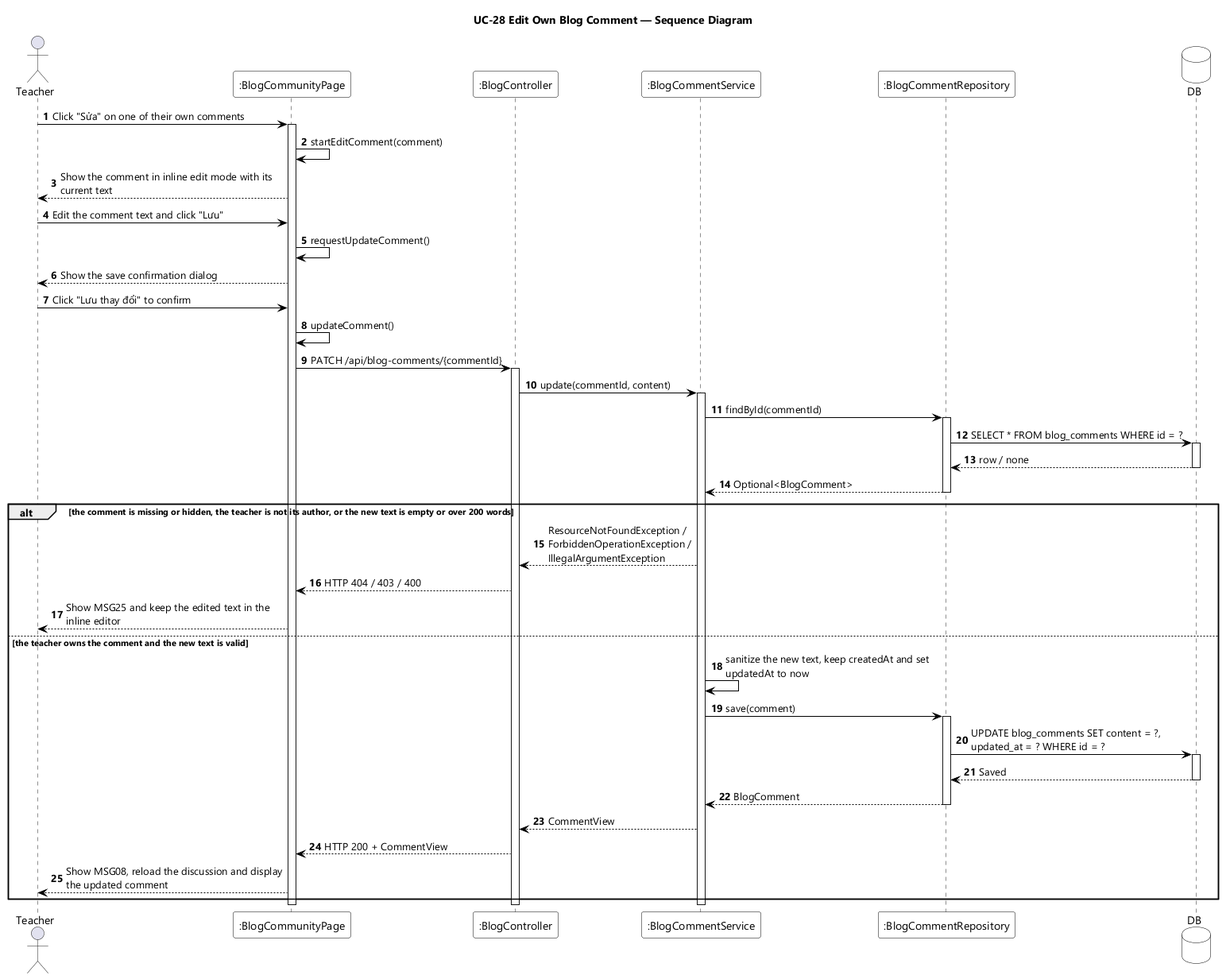
Earlier version of the PlantUML export designs/sds-diagrams/uc28/uc28-sequence-diagram.png (EduA-system/EduA-system). The source it was exported from:
```plantuml
@startuml UC-28 Edit Own Blog Comment - Sequence Diagram
skinparamlocked dpi 96
skinparam defaultFontName "Segoe UI"
skinparam shadowing false
skinparam ParticipantBackgroundColor #FFFFFF
skinparam ParticipantBorderColor #000000
skinparam DatabaseBackgroundColor #FFFFFF
skinparam DatabaseBorderColor #000000
skinparam ArrowColor #000000
skinparam sequenceMessageAlign left
skinparam maxMessageSize 280
title UC-28 Edit Own Blog Comment — Sequence Diagram

actor Teacher
participant ":BlogCommunityPage" as UI
participant ":BlogController" as CTL
participant ":BlogCommentService" as SVC
participant ":BlogCommentRepository" as REPO
database DB

autonumber
Teacher -> UI : Click "Sửa" on one of their own comments
activate UI
UI -> UI : startEditComment(comment)
UI --> Teacher : Show the comment in inline edit mode with its current text
Teacher -> UI : Edit the comment text and click "Lưu"
UI -> UI : requestUpdateComment()
UI --> Teacher : Show the save confirmation dialog
Teacher -> UI : Click "Lưu thay đổi" to confirm
UI -> UI : updateComment()
UI -> CTL : PATCH /api/blog-comments/{commentId}
activate CTL
CTL -> SVC : update(commentId, content)
activate SVC

SVC -> REPO : findById(commentId)
activate REPO
REPO -> DB : SELECT * FROM blog_comments WHERE id = ?
activate DB
DB --> REPO : row / none
deactivate DB
REPO --> SVC : Optional<BlogComment>
deactivate REPO

alt the comment is missing or hidden, the teacher is not its author, or the new text is empty or over 200 words
  SVC --> CTL : ResourceNotFoundException / ForbiddenOperationException / IllegalArgumentException
  CTL --> UI : HTTP 404 / 403 / 400
  UI --> Teacher : Show MSG25 and keep the edited text in the inline editor

else the teacher owns the comment and the new text is valid
  SVC -> SVC : sanitize the new text, keep createdAt and set updatedAt to now
  SVC -> REPO : save(comment)
  activate REPO
  REPO -> DB : UPDATE blog_comments SET content = ?, updated_at = ? WHERE id = ?
  activate DB
  DB --> REPO : Saved
  deactivate DB
  REPO --> SVC : BlogComment
  deactivate REPO
  SVC --> CTL : CommentView
  CTL --> UI : HTTP 200 + CommentView
  UI --> Teacher : Show MSG08, reload the discussion and display the updated comment
end

deactivate SVC
deactivate CTL
deactivate UI
@enduml
```
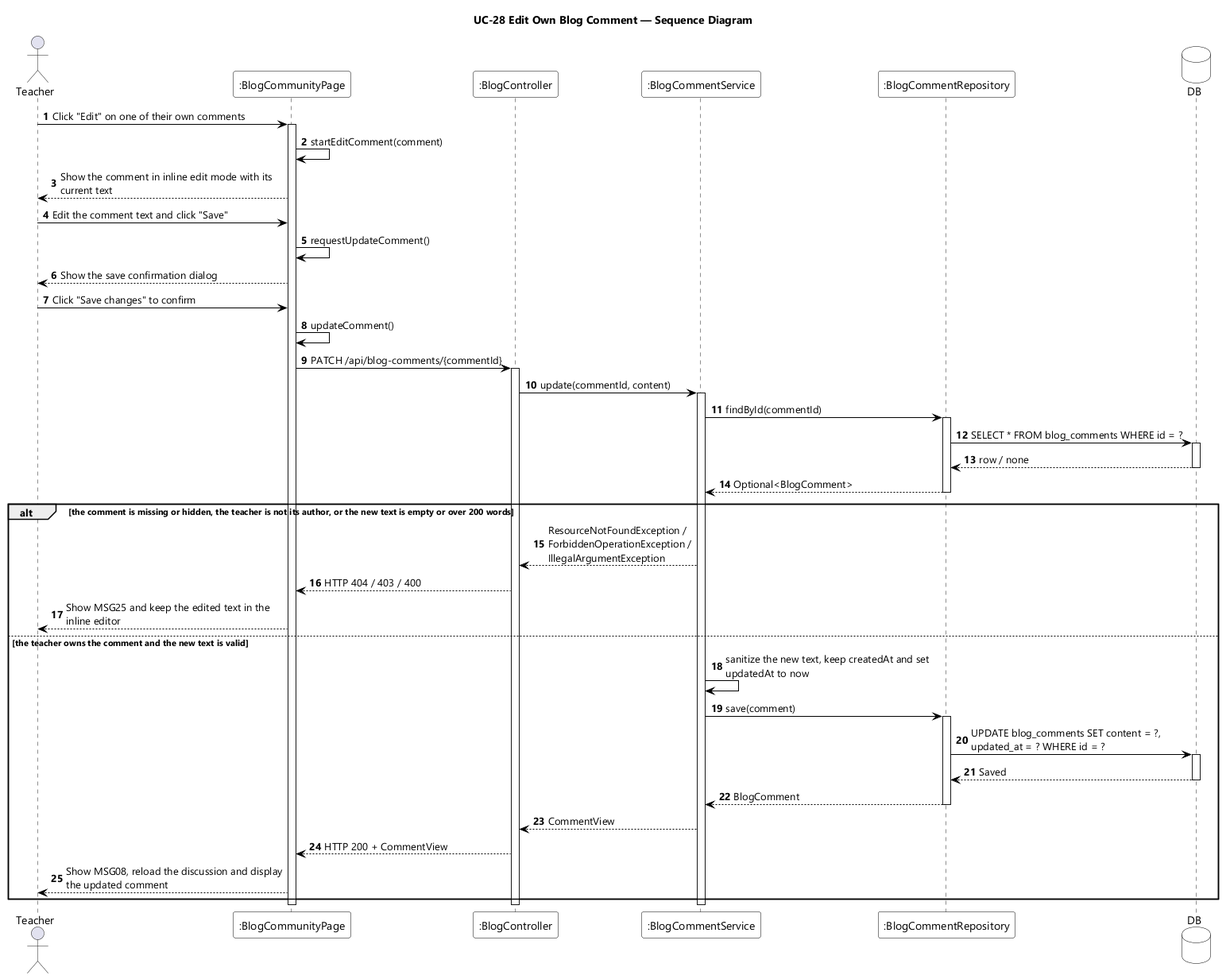
Later version of the same file.

The edit, as a diff of the source:
```diff
@@ -19,14 +19,14 @@
 database DB
 
 autonumber
-Teacher -> UI : Click "Sửa" on one of their own comments
+Teacher -> UI : Click "Edit" on one of their own comments
 activate UI
 UI -> UI : startEditComment(comment)
 UI --> Teacher : Show the comment in inline edit mode with its current text
-Teacher -> UI : Edit the comment text and click "Lưu"
+Teacher -> UI : Edit the comment text and click "Save"
 UI -> UI : requestUpdateComment()
 UI --> Teacher : Show the save confirmation dialog
-Teacher -> UI : Click "Lưu thay đổi" to confirm
+Teacher -> UI : Click "Save changes" to confirm
 UI -> UI : updateComment()
 UI -> CTL : PATCH /api/blog-comments/{commentId}
 activate CTL
```
